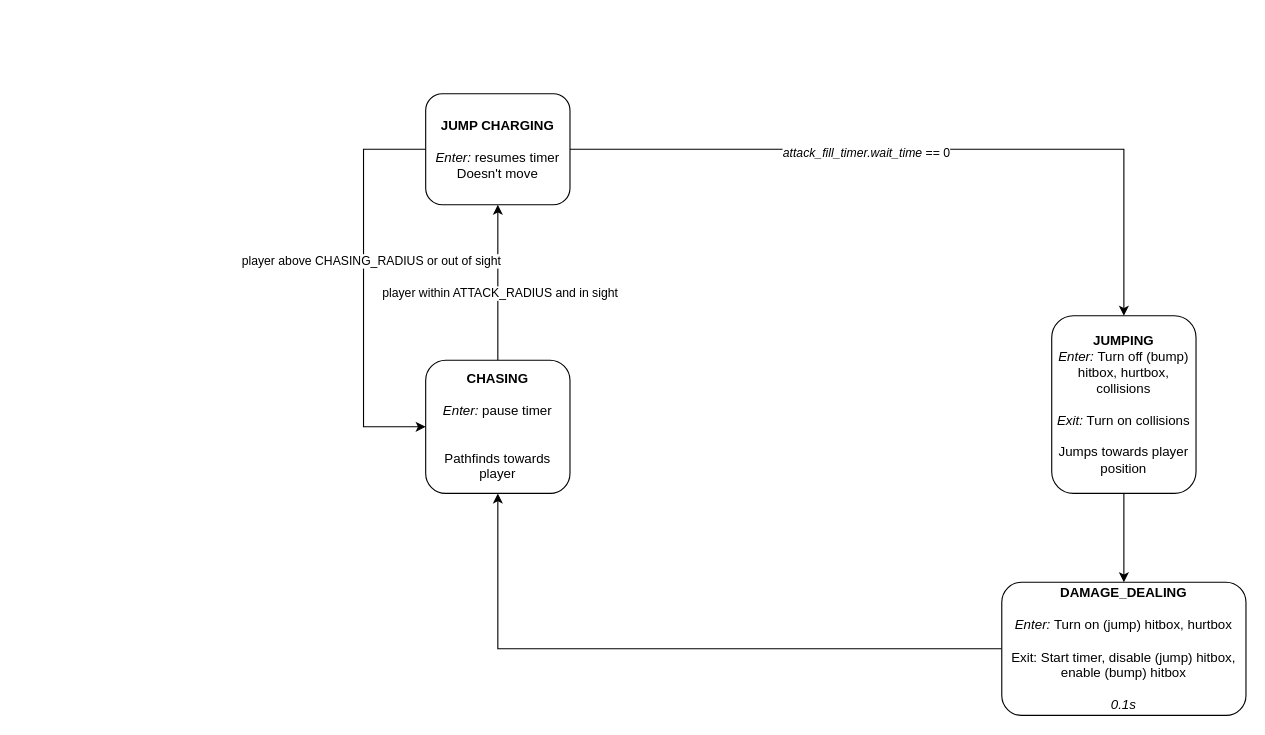
This is scenes/game_object/printer/printer_paper_states.drawio from LimZiJia/SurviveTheSemester, a draw.io file, before an edit. Source tidied: cells renumbered, new cells numbered last; positions are measured from the earlier drawing's top-left corner, leaving out a move shared by most shapes. Both pictures are drawn from the tidied source at 111%, with x=0, y=0 at pixel (363, 93).
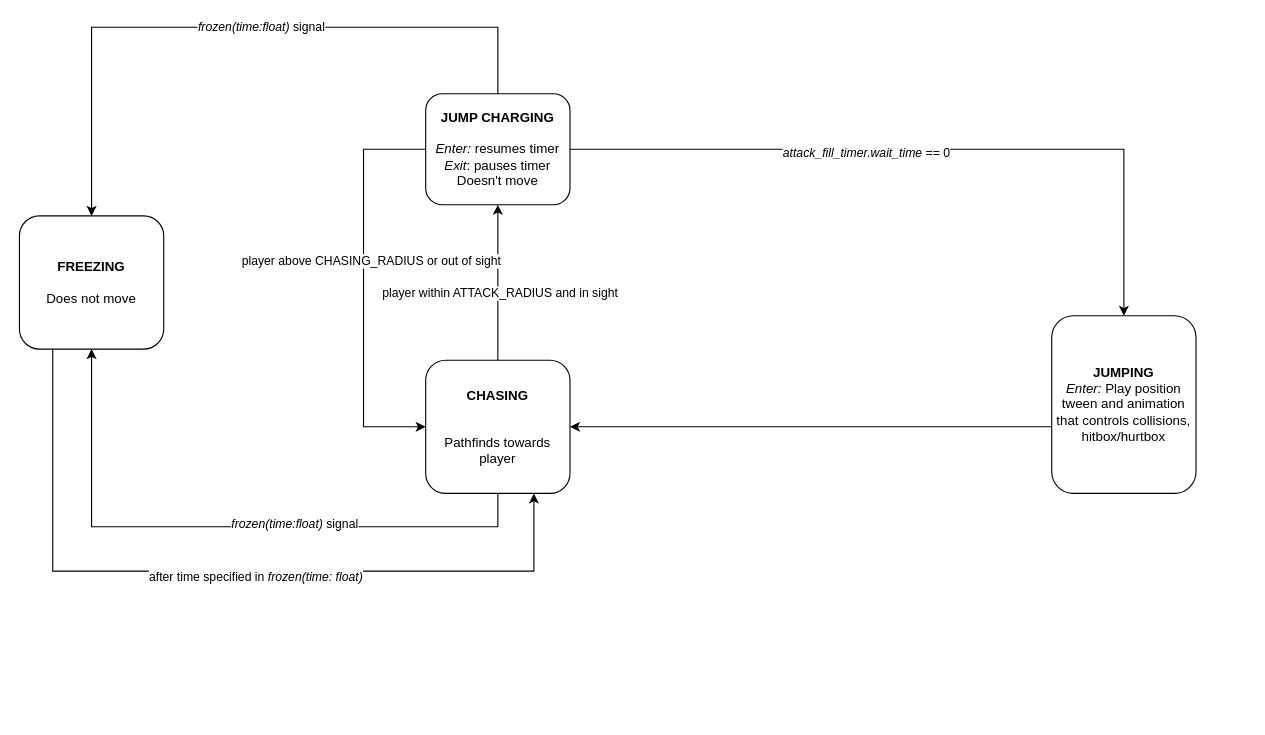
After the change.

Commit message (it also covers changes not shown here):
Printer is now freezable

Change to the diagram source:
```diff
@@
+    <mxCell id="14" style="edgeStyle=orthogonalEdgeStyle;rounded=0;jettySize=auto;html=1;entryX=0.5;entryY=1;entryDx=0;entryDy=0;" parent="1" edge="1" source="4" target="20">
+      <mxGeometry relative="1" as="geometry">
+        <Array as="points">
+          <mxPoint x="121" y="390" />
+          <mxPoint x="-245" y="390" />
+        </Array>
+      </mxGeometry>
+    </mxCell>
+    <mxCell id="15" value="&lt;i&gt;frozen(time:float)&amp;nbsp;&lt;/i&gt;signal" style="edgeLabel;html=1;align=center;verticalAlign=middle;" parent="14" vertex="1">
+      <mxGeometry x="-0.23" y="-3" relative="1" as="geometry" />
+    </mxCell>
-    <mxCell id="4" value="&lt;b&gt;CHASING&lt;/b&gt;&lt;br&gt;&lt;i&gt;&lt;br&gt;Enter:&lt;/i&gt;&amp;nbsp;pause timer&lt;br&gt;&lt;br&gt;&lt;br&gt;Pathfinds towards player" style="rounded=1;whiteSpace=wrap;html=1;fontSize=12;glass=0;strokeWidth=1;shadow=0;" parent="1" vertex="1">
+    <mxCell id="4" value="&lt;b&gt;CHASING&lt;/b&gt;&lt;br&gt;&lt;br&gt;&lt;br&gt;Pathfinds towards player" style="rounded=1;whiteSpace=wrap;html=1;fontSize=12;glass=0;strokeWidth=1;shadow=0;" parent="1" vertex="1">
       <mxGeometry x="56" y="240" width="130" height="120" as="geometry" />
     </mxCell>
-    <mxCell id="5" style="edgeStyle=orthogonalEdgeStyle;rounded=0;jettySize=auto;html=1;exitX=0;exitY=0.5;exitDx=0;exitDy=0;" parent="1" edge="1" source="13" target="4">
-      <mxGeometry relative="1" as="geometry">
-        <Array as="points">
-          <mxPoint x="121" y="500" />
-        </Array>
-      </mxGeometry>
-    </mxCell>
-    <mxCell id="6" style="edgeStyle=orthogonalEdgeStyle;rounded=0;jettySize=auto;html=1;" parent="1" edge="1" source="7" target="13">
+    <mxCell id="6" style="edgeStyle=orthogonalEdgeStyle;rounded=0;jettySize=auto;html=1;entryX=1;entryY=0.5;entryDx=0;entryDy=0;" parent="1" edge="1" source="7" target="4">
       <mxGeometry relative="1" as="geometry">
         <Array as="points">
-          <mxPoint x="685" y="380" />
-          <mxPoint x="685" y="380" />
+          <mxPoint x="685" y="300" />
         </Array>
       </mxGeometry>
     </mxCell>
-    <mxCell id="7" value="JUMPING&lt;br&gt;&lt;i style=&quot;font-weight: normal;&quot;&gt;Enter: &lt;/i&gt;&lt;span style=&quot;font-weight: normal;&quot;&gt;Turn off (bump) hitbox, hurtbox, collisions&lt;/span&gt;&lt;br&gt;&lt;br&gt;&lt;i style=&quot;font-weight: normal;&quot;&gt;Exit: &lt;/i&gt;&lt;span style=&quot;font-weight: normal;&quot;&gt;Turn on collisions&lt;br&gt;&lt;/span&gt;&lt;br&gt;&lt;span style=&quot;font-weight: normal;&quot;&gt;Jumps towards player position&lt;/span&gt;" style="rounded=1;whiteSpace=wrap;html=1;fontSize=12;glass=0;strokeWidth=1;shadow=0;fontStyle=1;" parent="1" vertex="1">
+    <mxCell id="7" value="JUMPING&lt;br&gt;&lt;i style=&quot;font-weight: normal;&quot;&gt;Enter: &lt;/i&gt;&lt;span style=&quot;font-weight: normal;&quot;&gt;Play position tween and animation that controls collisions, hitbox/hurtbox&lt;/span&gt;" style="rounded=1;whiteSpace=wrap;html=1;fontSize=12;glass=0;strokeWidth=1;shadow=0;fontStyle=1;" parent="1" vertex="1">
       <mxGeometry x="620" y="200" width="130" height="160" as="geometry" />
     </mxCell>
@@
+    <mxCell id="16" style="edgeStyle=orthogonalEdgeStyle;rounded=0;jettySize=auto;html=1;entryX=0.5;entryY=0;entryDx=0;entryDy=0;" parent="1" edge="1" source="12" target="20">
+      <mxGeometry relative="1" as="geometry">
+        <Array as="points">
+          <mxPoint x="121" y="-60" />
+          <mxPoint x="-245" y="-60" />
+        </Array>
+      </mxGeometry>
+    </mxCell>
+    <mxCell id="17" value="&lt;i style=&quot;border-color: var(--border-color);&quot;&gt;frozen(time:float)&amp;nbsp;&lt;/i&gt;signal" style="edgeLabel;html=1;align=center;verticalAlign=middle;" parent="16" vertex="1">
+      <mxGeometry x="-0.08" y="-1" relative="1" as="geometry" />
+    </mxCell>
-    <mxCell id="12" value="&lt;b&gt;JUMP CHARGING&lt;/b&gt;&lt;br&gt;&lt;br&gt;&lt;i&gt;Enter:&lt;/i&gt;&amp;nbsp;resumes timer&lt;br&gt;Doesn't move" style="rounded=1;whiteSpace=wrap;html=1;fontSize=12;glass=0;strokeWidth=1;shadow=0;" parent="1" vertex="1">
+    <mxCell id="12" value="&lt;b&gt;JUMP CHARGING&lt;/b&gt;&lt;br&gt;&lt;br&gt;&lt;i&gt;Enter:&lt;/i&gt;&amp;nbsp;resumes timer&lt;br&gt;&lt;i&gt;Exit&lt;/i&gt;: pauses timer&lt;br&gt;Doesn't move" style="rounded=1;whiteSpace=wrap;html=1;fontSize=12;glass=0;strokeWidth=1;shadow=0;" parent="1" vertex="1">
       <mxGeometry x="56" width="130" height="100" as="geometry" />
     </mxCell>
-    <mxCell id="13" value="&lt;span&gt;DAMAGE_DEALING&lt;br&gt;&lt;br&gt;&lt;span style=&quot;font-weight: normal;&quot;&gt;&lt;i&gt;Enter:&lt;/i&gt;&amp;nbsp;&lt;/span&gt;&lt;span style=&quot;font-weight: 400;&quot;&gt;Turn on (jump) hitbox, hurtbox&lt;br&gt;&lt;br&gt;Exit: Start timer, disable (jump) hitbox, enable (bump) hitbox&lt;br&gt;&lt;/span&gt;&lt;br&gt;&lt;span style=&quot;font-weight: normal;&quot;&gt;&lt;i&gt;0.1s&lt;/i&gt;&lt;/span&gt;&lt;br&gt;&lt;/span&gt;" style="rounded=1;whiteSpace=wrap;html=1;fontSize=12;glass=0;strokeWidth=1;shadow=0;fontStyle=1;" parent="1" vertex="1">
-      <mxGeometry x="575" y="440" width="220" height="120" as="geometry" />
-    </mxCell>
+    <mxCell id="18" style="edgeStyle=orthogonalEdgeStyle;rounded=0;jettySize=auto;html=1;entryX=0.75;entryY=1;entryDx=0;entryDy=0;" parent="1" edge="1" source="20" target="4">
+      <mxGeometry relative="1" as="geometry">
+        <Array as="points">
+          <mxPoint x="-280" y="430" />
+          <mxPoint x="154" y="430" />
+        </Array>
+      </mxGeometry>
+    </mxCell>
+    <mxCell id="19" value="after time specified in &lt;i&gt;frozen(time: float)&lt;/i&gt;" style="edgeLabel;html=1;align=center;verticalAlign=middle;" parent="18" vertex="1">
+      <mxGeometry x="0.09" y="-4" relative="1" as="geometry">
+        <mxPoint x="-1" as="offset" />
+      </mxGeometry>
+    </mxCell>
+    <mxCell id="20" value="&lt;b&gt;FREEZING&lt;/b&gt;&lt;br&gt;&lt;br&gt;Does not move" style="rounded=1;whiteSpace=wrap;html=1;fontSize=12;glass=0;strokeWidth=1;shadow=0;" parent="1" vertex="1">
+      <mxGeometry x="-310" y="110" width="130" height="120" as="geometry" />
+    </mxCell>
```
